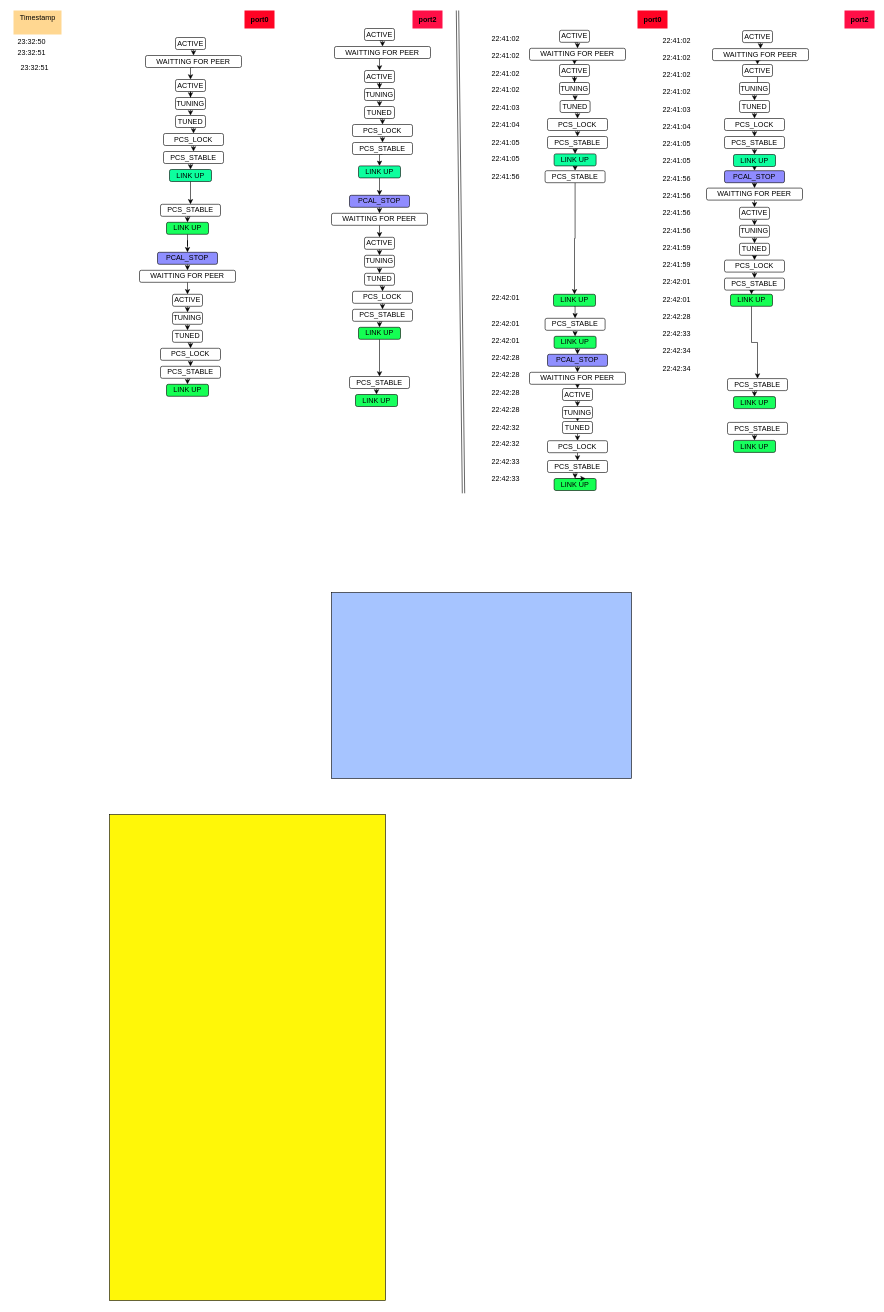
kongzhongfeima/draw_io keeps this draw.io diagram as Optics_init_state_transition_history_timestamp.drawio. Above is the earlier version. Source tidied: cells renumbered, new cells numbered last; positions are measured from the earlier drawing's top-left corner, leaving out a move shared by most shapes. Both pictures are drawn from the tidied source at 60%, with x=0, y=0 at pixel (10, 10).
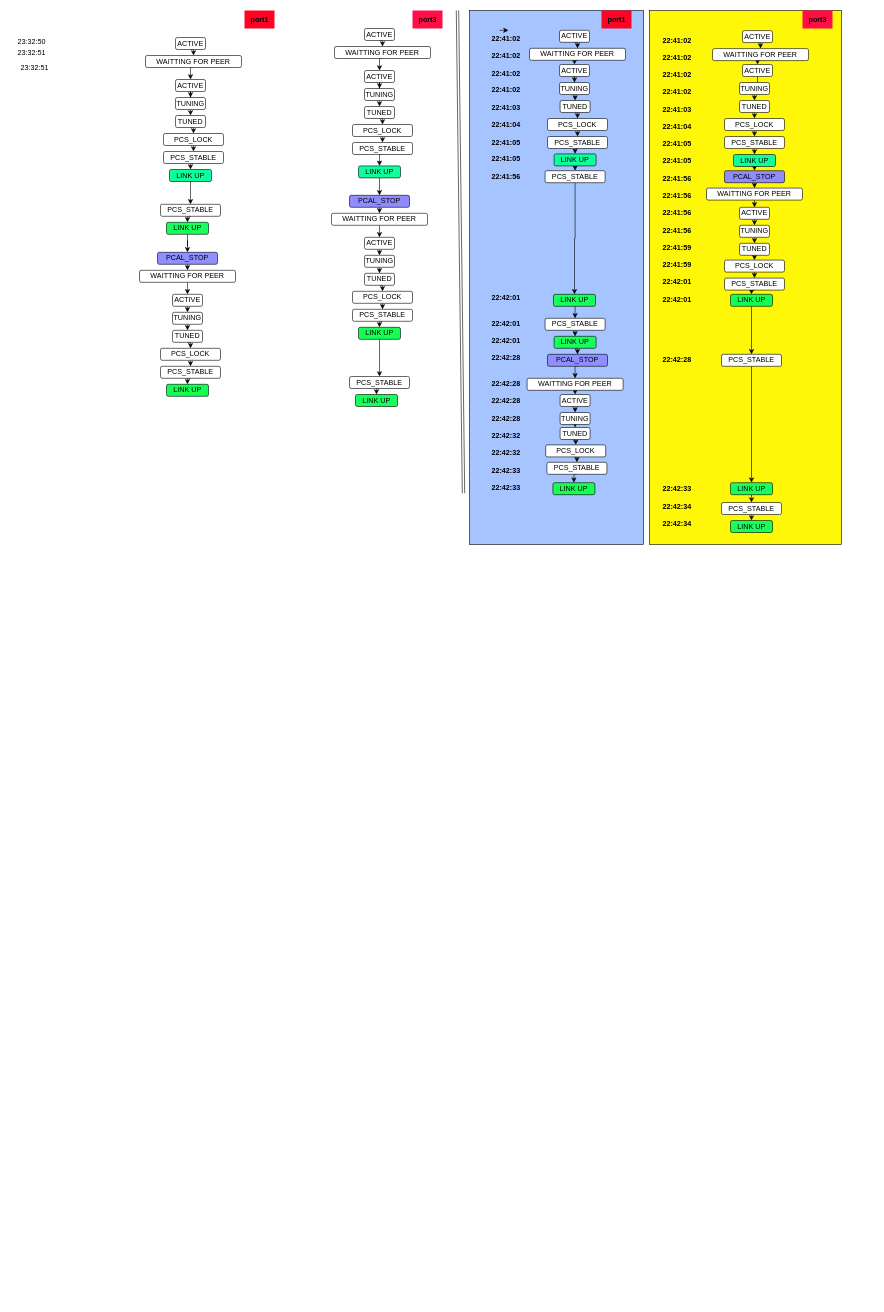
The same diagram, later.

The edit, as a diff of the source:
```diff
@@
     <mxCell id="2" style="whiteSpace=wrap;html=1;fillColor=#A6C4FF;" parent="1" vertex="1">
-      <mxGeometry x="535" y="970" width="500" height="310" as="geometry" />
+      <mxGeometry x="765" width="290" height="890" as="geometry" />
     </mxCell>
     <mxCell id="3" style="whiteSpace=wrap;html=1;fillColor=#FFF708;" parent="1" vertex="1">
-      <mxGeometry x="165" y="1340" width="460" height="810" as="geometry" />
+      <mxGeometry x="1065" width="320" height="890" as="geometry" />
     </mxCell>
@@
-    <mxCell id="39" value="port0" style="text;html=1;align=center;verticalAlign=middle;strokeColor=none;fillColor=#FF0324;fontStyle=1;" parent="1" vertex="1">
+    <mxCell id="39" value="port1" style="text;html=1;align=center;verticalAlign=middle;strokeColor=none;fillColor=#FF0324;fontStyle=1;" parent="1" vertex="1">
       <mxGeometry x="390" width="50" height="30" as="geometry" />
     </mxCell>
@@
-    <mxCell id="75" value="port2" style="text;html=1;align=center;verticalAlign=middle;strokeColor=none;fillColor=#FF0F47;fontStyle=1;" parent="1" vertex="1">
+    <mxCell id="75" value="port3" style="text;html=1;align=center;verticalAlign=middle;strokeColor=none;fillColor=#FF0F47;fontStyle=1;" parent="1" vertex="1">
       <mxGeometry x="670" width="50" height="30" as="geometry" />
     </mxCell>
-    <mxCell id="76" value="Timestamp&lt;div&gt;&lt;br&gt;&lt;/div&gt;" style="text;html=1;align=center;verticalAlign=middle;strokeColor=none;fillColor=#FFD791;" parent="1" vertex="1">
-      <mxGeometry x="5" width="80" height="40" as="geometry" />
-    </mxCell>
@@
     <mxCell id="97" value="WAITTING FOR PEER" style="rounded=1;whiteSpace=wrap;html=1;" parent="1" vertex="1">
-      <mxGeometry x="865" y="603" width="160" height="20" as="geometry" />
+      <mxGeometry x="861" y="613" width="160" height="20" as="geometry" />
     </mxCell>
@@
     <mxCell id="99" value="ACTIVE" style="rounded=1;whiteSpace=wrap;html=1;" parent="1" vertex="1">
-      <mxGeometry x="920" y="630" width="50" height="20" as="geometry" />
+      <mxGeometry x="916" y="640" width="50" height="20" as="geometry" />
     </mxCell>
@@
     <mxCell id="101" value="TUNING" style="rounded=1;whiteSpace=wrap;html=1;" parent="1" vertex="1">
-      <mxGeometry x="920" y="660" width="50" height="20" as="geometry" />
+      <mxGeometry x="916" y="670" width="50" height="20" as="geometry" />
     </mxCell>
@@
     <mxCell id="103" value="TUNED" style="rounded=1;whiteSpace=wrap;html=1;" parent="1" vertex="1">
-      <mxGeometry x="920" y="685" width="50" height="20" as="geometry" />
+      <mxGeometry x="916" y="695" width="50" height="20" as="geometry" />
     </mxCell>
@@
     <mxCell id="105" value="PCS_LOCK" style="rounded=1;whiteSpace=wrap;html=1;" parent="1" vertex="1">
-      <mxGeometry x="895" y="717" width="100" height="20" as="geometry" />
+      <mxGeometry x="892" y="724" width="100" height="20" as="geometry" />
     </mxCell>
@@
     <mxCell id="107" value="PCS_STABLE" style="rounded=1;whiteSpace=wrap;html=1;" parent="1" vertex="1">
-      <mxGeometry x="895" y="750" width="100" height="20" as="geometry" />
+      <mxGeometry x="894" y="753" width="100" height="20" as="geometry" />
     </mxCell>
     <mxCell id="108" value="LINK UP" style="rounded=1;whiteSpace=wrap;html=1;fillColor=#14FF53;" parent="1" vertex="1">
-      <mxGeometry x="906" y="780" width="70" height="20" as="geometry" />
+      <mxGeometry x="904" y="787" width="70" height="20" as="geometry" />
     </mxCell>
@@
-    <mxCell id="113" value="port0" style="text;html=1;align=center;verticalAlign=middle;strokeColor=none;fillColor=#FF0324;fontStyle=1;" parent="1" vertex="1">
-      <mxGeometry x="1045" width="50" height="30" as="geometry" />
+    <mxCell id="113" value="port1" style="text;html=1;align=center;verticalAlign=middle;strokeColor=none;fillColor=#FF0324;fontStyle=1;" parent="1" vertex="1">
+      <mxGeometry x="985" width="50" height="30" as="geometry" />
     </mxCell>
@@
     <mxCell id="147" value="PCS_STABLE" style="rounded=1;whiteSpace=wrap;html=1;" parent="1" vertex="1">
-      <mxGeometry x="1195" y="613.5" width="100" height="20" as="geometry" />
+      <mxGeometry x="1185" y="573" width="100" height="20" as="geometry" />
     </mxCell>
+    <mxCell id="163" style="edgeStyle=orthogonalEdgeStyle;rounded=0;jettySize=auto;html=1;exitX=0.5;exitY=1;exitDx=0;exitDy=0;entryX=0.5;entryY=0;entryDx=0;entryDy=0;" parent="1" edge="1" source="148" target="160">
+      <mxGeometry relative="1" as="geometry" />
+    </mxCell>
     <mxCell id="148" value="LINK UP" style="rounded=1;whiteSpace=wrap;html=1;fillColor=#17FF5D;" parent="1" vertex="1">
-      <mxGeometry x="1205" y="643.5" width="70" height="20" as="geometry" />
+      <mxGeometry x="1200" y="787" width="70" height="20" as="geometry" />
     </mxCell>
-    <mxCell id="149" value="port2" style="text;html=1;align=center;verticalAlign=middle;strokeColor=none;fillColor=#FF0F47;fontStyle=1;" parent="1" vertex="1">
-      <mxGeometry x="1390" width="50" height="30" as="geometry" />
+    <mxCell id="149" value="port3" style="text;html=1;align=center;verticalAlign=middle;strokeColor=none;fillColor=#FF0F47;fontStyle=1;" parent="1" vertex="1">
+      <mxGeometry x="1320" width="50" height="30" as="geometry" />
     </mxCell>
@@
-    <mxCell id="155" value="22:41:02 &#10;&#10;22:41:02&#10;&#10;22:41:02&#10;&#10;22:41:02&#10;&#10;22:41:03&#10;&#10;22:41:04 &#10;&#10;22:41:05&#10;&#10;22:41:05 &#10;&#10;22:41:56&#10;&#10;&#10;&#10;&#10;&#10;&#10;&#10;&#10;&#10;&#10;&#10;&#10;&#10;22:42:01&#10; &#10;&#10;22:42:01&#10;&#10;22:42:01&#10;&#10;22:42:28 &#10;&#10;22:42:28&#10;&#10;22:42:28&#10;&#10;22:42:28&#10;&#10;22:42:32&#10;&#10;22:42:32 &#10;&#10;22:42:33&#10;&#10;22:42:33" style="text;whiteSpace=wrap;" parent="1" vertex="1">
+    <mxCell id="155" value="22:41:02 &#10;&#10;22:41:02&#10;&#10;22:41:02&#10;&#10;22:41:02&#10;&#10;22:41:03&#10;&#10;22:41:04 &#10;&#10;22:41:05&#10;&#10;22:41:05 &#10;&#10;22:41:56&#10;&#10;&#10;&#10;&#10;&#10;&#10;&#10;&#10;&#10;&#10;&#10;&#10;&#10;22:42:01&#10; &#10;&#10;22:42:01&#10;&#10;22:42:01&#10;&#10;22:42:28&#10; &#10;&#10;22:42:28&#10;&#10;22:42:28&#10;&#10;22:42:28&#10;&#10;22:42:32&#10;&#10;22:42:32 &#10;&#10;22:42:33&#10;&#10;22:42:33" style="text;whiteSpace=wrap;fontStyle=1;" parent="1" vertex="1">
       <mxGeometry x="800" y="33" width="60" height="650" as="geometry" />
     </mxCell>
@@
-    <mxCell id="158" style="edgeStyle=orthogonalEdgeStyle;rounded=0;orthogonalLoop=1;jettySize=auto;html=1;exitX=0.5;exitY=0;exitDx=0;exitDy=0;entryX=0.75;entryY=0;entryDx=0;entryDy=0;" parent="1" edge="1" source="108" target="108">
-      <mxGeometry relative="1" as="geometry" />
-    </mxCell>
@@
     <mxCell id="160" value="PCS_STABLE" style="rounded=1;whiteSpace=wrap;html=1;" parent="1" vertex="1">
-      <mxGeometry x="1195" y="686.5" width="100" height="20" as="geometry" />
+      <mxGeometry x="1185" y="820" width="100" height="20" as="geometry" />
     </mxCell>
     <mxCell id="161" value="LINK UP" style="rounded=1;whiteSpace=wrap;html=1;fillColor=#17FF5D;" parent="1" vertex="1">
-      <mxGeometry x="1205" y="716.5" width="70" height="20" as="geometry" />
+      <mxGeometry x="1200" y="850" width="70" height="20" as="geometry" />
     </mxCell>
-    <mxCell id="162" value="22:41:02 &#10;&#10;22:41:02&#10;&#10;22:41:02&#10;&#10;22:41:02&#10;&#10;22:41:03&#10;&#10;22:41:04 &#10;&#10;22:41:05&#10;&#10;22:41:05 &#10;&#10;22:41:56 &#10;&#10;22:41:56&#10;&#10;22:41:56&#10;&#10;22:41:56&#10;&#10;22:41:59&#10;&#10;22:41:59 &#10;&#10;22:42:01&#10;&#10;22:42:01 &#10;&#10;22:42:28&#10;&#10;22:42:33 &#10;&#10;22:42:34&#10;&#10;22:42:34" style="text;whiteSpace=wrap;" parent="1" vertex="1">
+    <mxCell id="162" value="22:41:02 &#10;&#10;22:41:02&#10;&#10;22:41:02&#10;&#10;22:41:02&#10;&#10;22:41:03&#10;&#10;22:41:04 &#10;&#10;22:41:05&#10;&#10;22:41:05 &#10;&#10;22:41:56 &#10;&#10;22:41:56&#10;&#10;22:41:56&#10;&#10;22:41:56&#10;&#10;22:41:59&#10;&#10;22:41:59 &#10;&#10;22:42:01&#10;&#10;22:42:01&#10;&#10;&#10;&#10;&#10;&#10;&#10;22:42:28&#10;&#10;&#10;&#10;&#10;&#10;&#10;&#10;&#10;&#10;&#10;&#10;&#10;&#10;&#10;22:42:33 &#10;&#10;22:42:34&#10;&#10;22:42:34" style="text;whiteSpace=wrap;fontStyle=1;" parent="1" vertex="1">
       <mxGeometry x="1085" y="36" width="80" height="860" as="geometry" />
     </mxCell>
+    <mxCell id="164" style="edgeStyle=orthogonalEdgeStyle;rounded=0;orthogonalLoop=1;jettySize=auto;html=1;exitX=0.25;exitY=0;exitDx=0;exitDy=0;entryX=0.5;entryY=0;entryDx=0;entryDy=0;" parent="1" edge="1" source="155" target="155">
+      <mxGeometry relative="1" as="geometry" />
+    </mxCell>
```
